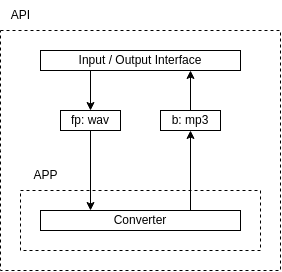
Before: _readme/Diagram-API.drawio.png, a diagram exported from draw.io (ames0k0/TP--Audio-File-Converter). Source tidied: cells renumbered, new cells last; positions are measured from the earlier drawing's top-left corner, leaving out a move shared by most shapes. Source of this version:
```xml
<mxGraphModel>
  <root>
    <mxCell id="0" />
    <mxCell id="1" parent="0" />
    <mxCell id="2" style="endArrow=none;dashed=1;html=1;rounded=0;" parent="1" edge="1">
      <mxGeometry relative="1" as="geometry">
        <mxPoint y="30" as="sourcePoint" />
        <mxPoint y="30" as="targetPoint" />
        <Array as="points">
          <mxPoint x="141" y="30" />
          <mxPoint x="280" y="30" />
          <mxPoint x="280" y="270" />
          <mxPoint y="270" />
          <mxPoint y="150" />
        </Array>
      </mxGeometry>
    </mxCell>
    <mxCell id="3" value="API" style="text;html=1;align=center;verticalAlign=middle;strokeColor=none;fillColor=none;" parent="1" vertex="1">
      <mxGeometry width="40" height="30" as="geometry" />
    </mxCell>
    <mxCell id="4" style="edgeStyle=orthogonalEdgeStyle;rounded=0;jettySize=auto;html=1;exitX=0.75;exitY=0;exitDx=0;exitDy=0;" parent="1" edge="1" source="5" target="7">
      <mxGeometry relative="1" as="geometry" />
    </mxCell>
    <mxCell id="5" value="Converter" style="whiteSpace=wrap;html=1;" parent="1" vertex="1">
      <mxGeometry x="40" y="210" width="200" height="20" as="geometry" />
    </mxCell>
    <mxCell id="6" style="edgeStyle=orthogonalEdgeStyle;rounded=0;jettySize=auto;html=1;entryX=0.75;entryY=1;entryDx=0;entryDy=0;" parent="1" edge="1" source="7" target="9">
      <mxGeometry relative="1" as="geometry" />
    </mxCell>
    <mxCell id="7" value="b: mp3" style="whiteSpace=wrap;html=1;" parent="1" vertex="1">
      <mxGeometry x="160" y="110" width="60" height="20" as="geometry" />
    </mxCell>
    <mxCell id="8" style="edgeStyle=orthogonalEdgeStyle;rounded=0;jettySize=auto;html=1;exitX=0.25;exitY=1;exitDx=0;exitDy=0;" parent="1" edge="1" source="9" target="11">
      <mxGeometry relative="1" as="geometry" />
    </mxCell>
    <mxCell id="9" value="Input / Output&amp;nbsp;&lt;span style=&quot;background-color: transparent; color: light-dark(rgb(0, 0, 0), rgb(255, 255, 255));&quot;&gt;Interface&lt;/span&gt;" style="whiteSpace=wrap;html=1;" parent="1" vertex="1">
      <mxGeometry x="40" y="50" width="200" height="20" as="geometry" />
    </mxCell>
    <mxCell id="10" style="edgeStyle=orthogonalEdgeStyle;rounded=0;jettySize=auto;html=1;entryX=0.25;entryY=0;entryDx=0;entryDy=0;" parent="1" edge="1" source="11" target="5">
      <mxGeometry relative="1" as="geometry" />
    </mxCell>
    <mxCell id="11" value="fp: wav" style="whiteSpace=wrap;html=1;" parent="1" vertex="1">
      <mxGeometry x="60" y="110" width="60" height="20" as="geometry" />
    </mxCell>
    <mxCell id="12" style="endArrow=none;dashed=1;html=1;rounded=0;" parent="1" edge="1">
      <mxGeometry relative="1" as="geometry">
        <mxPoint x="20" y="190" as="sourcePoint" />
        <mxPoint x="20" y="190" as="targetPoint" />
        <Array as="points">
          <mxPoint x="140" y="190" />
          <mxPoint x="260" y="190" />
          <mxPoint x="260" y="250" />
          <mxPoint x="20" y="250" />
        </Array>
      </mxGeometry>
    </mxCell>
    <mxCell id="13" value="APP" style="text;html=1;align=center;verticalAlign=middle;strokeColor=none;fillColor=none;" parent="1" vertex="1">
      <mxGeometry x="20" y="160" width="50" height="30" as="geometry" />
    </mxCell>
  </root>
</mxGraphModel>
```
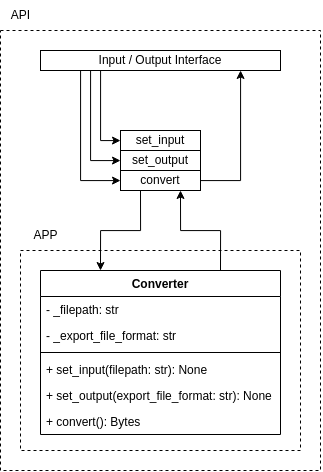
The same file after the commit.

Commit message:
api: Updated `Converter()`, `*.drawio.*`

Diff of the diagram source:
```diff
@@ -4,58 +4,100 @@
     <mxCell id="1" parent="0" />
     <mxCell id="2" style="endArrow=none;dashed=1;html=1;rounded=0;" parent="1" edge="1">
       <mxGeometry relative="1" as="geometry">
-        <mxPoint y="30" as="sourcePoint" />
-        <mxPoint y="30" as="targetPoint" />
+        <mxPoint x="-40" y="-90" as="sourcePoint" />
+        <mxPoint x="-40" y="-90" as="targetPoint" />
         <Array as="points">
-          <mxPoint x="141" y="30" />
-          <mxPoint x="280" y="30" />
-          <mxPoint x="280" y="270" />
-          <mxPoint y="270" />
-          <mxPoint y="150" />
+          <mxPoint x="280" y="-90" />
+          <mxPoint x="280" y="350" />
+          <mxPoint x="120" y="350" />
+          <mxPoint x="-40" y="350" />
         </Array>
       </mxGeometry>
     </mxCell>
     <mxCell id="3" value="API" style="text;html=1;align=center;verticalAlign=middle;strokeColor=none;fillColor=none;" parent="1" vertex="1">
-      <mxGeometry width="40" height="30" as="geometry" />
+      <mxGeometry x="-40" y="-120" width="40" height="30" as="geometry" />
     </mxCell>
-    <mxCell id="4" style="edgeStyle=orthogonalEdgeStyle;rounded=0;jettySize=auto;html=1;exitX=0.75;exitY=0;exitDx=0;exitDy=0;" parent="1" edge="1" source="5" target="7">
-      <mxGeometry relative="1" as="geometry" />
-    </mxCell>
-    <mxCell id="5" value="Converter" style="whiteSpace=wrap;html=1;" parent="1" vertex="1">
-      <mxGeometry x="40" y="210" width="200" height="20" as="geometry" />
-    </mxCell>
+    <mxCell id="14" style="edgeStyle=orthogonalEdgeStyle;rounded=0;jettySize=auto;html=1;exitX=0.25;exitY=1;exitDx=0;exitDy=0;entryX=0.25;entryY=0;entryDx=0;entryDy=0;" parent="1" edge="1" source="7" target="5">
+      <mxGeometry relative="1" as="geometry" />
+    </mxCell>
-    <mxCell id="6" style="edgeStyle=orthogonalEdgeStyle;rounded=0;jettySize=auto;html=1;entryX=0.75;entryY=1;entryDx=0;entryDy=0;" parent="1" edge="1" source="7" target="9">
-      <mxGeometry relative="1" as="geometry" />
+    <mxCell id="6" style="edgeStyle=orthogonalEdgeStyle;rounded=0;jettySize=auto;html=1;" parent="1" edge="1" source="7" target="9">
+      <mxGeometry relative="1" as="geometry">
+        <Array as="points">
+          <mxPoint x="200" y="60" />
+        </Array>
+      </mxGeometry>
     </mxCell>
-    <mxCell id="7" value="b: mp3" style="whiteSpace=wrap;html=1;" parent="1" vertex="1">
-      <mxGeometry x="160" y="110" width="60" height="20" as="geometry" />
+    <mxCell id="7" value="convert" style="whiteSpace=wrap;html=1;" parent="1" vertex="1">
+      <mxGeometry x="80" y="50" width="80" height="20" as="geometry" />
     </mxCell>
-    <mxCell id="8" style="edgeStyle=orthogonalEdgeStyle;rounded=0;jettySize=auto;html=1;exitX=0.25;exitY=1;exitDx=0;exitDy=0;" parent="1" edge="1" source="9" target="11">
-      <mxGeometry relative="1" as="geometry" />
+    <mxCell id="8" style="edgeStyle=orthogonalEdgeStyle;rounded=0;jettySize=auto;html=1;" parent="1" edge="1" source="9" target="11">
+      <mxGeometry relative="1" as="geometry">
+        <Array as="points">
+          <mxPoint x="60" y="20" />
+        </Array>
+      </mxGeometry>
     </mxCell>
+    <mxCell id="15" style="edgeStyle=orthogonalEdgeStyle;rounded=0;jettySize=auto;html=1;" parent="1" edge="1" source="9" target="23">
+      <mxGeometry relative="1" as="geometry">
+        <Array as="points">
+          <mxPoint x="50" y="40" />
+        </Array>
+      </mxGeometry>
+    </mxCell>
+    <mxCell id="16" style="edgeStyle=orthogonalEdgeStyle;rounded=0;jettySize=auto;html=1;" parent="1" edge="1" source="9" target="7">
+      <mxGeometry relative="1" as="geometry">
+        <Array as="points">
+          <mxPoint x="40" y="60" />
+        </Array>
+      </mxGeometry>
+    </mxCell>
     <mxCell id="9" value="Input / Output&amp;nbsp;&lt;span style=&quot;background-color: transparent; color: light-dark(rgb(0, 0, 0), rgb(255, 255, 255));&quot;&gt;Interface&lt;/span&gt;" style="whiteSpace=wrap;html=1;" parent="1" vertex="1">
-      <mxGeometry x="40" y="50" width="200" height="20" as="geometry" />
+      <mxGeometry y="-70" width="240" height="20" as="geometry" />
     </mxCell>
-    <mxCell id="10" style="edgeStyle=orthogonalEdgeStyle;rounded=0;jettySize=auto;html=1;entryX=0.25;entryY=0;entryDx=0;entryDy=0;" parent="1" edge="1" source="11" target="5">
-      <mxGeometry relative="1" as="geometry" />
-    </mxCell>
-    <mxCell id="11" value="fp: wav" style="whiteSpace=wrap;html=1;" parent="1" vertex="1">
-      <mxGeometry x="60" y="110" width="60" height="20" as="geometry" />
+    <mxCell id="11" value="set_input" style="whiteSpace=wrap;html=1;" parent="1" vertex="1">
+      <mxGeometry x="80" y="10" width="80" height="20" as="geometry" />
     </mxCell>
     <mxCell id="12" style="endArrow=none;dashed=1;html=1;rounded=0;" parent="1" edge="1">
       <mxGeometry relative="1" as="geometry">
-        <mxPoint x="20" y="190" as="sourcePoint" />
-        <mxPoint x="20" y="190" as="targetPoint" />
+        <mxPoint x="-20" y="130" as="sourcePoint" />
+        <mxPoint x="-20" y="130" as="targetPoint" />
         <Array as="points">
-          <mxPoint x="140" y="190" />
-          <mxPoint x="260" y="190" />
-          <mxPoint x="260" y="250" />
-          <mxPoint x="20" y="250" />
+          <mxPoint x="120" y="130" />
+          <mxPoint x="260" y="130" />
+          <mxPoint x="260" y="330" />
+          <mxPoint x="-20" y="330" />
         </Array>
       </mxGeometry>
     </mxCell>
     <mxCell id="13" value="APP" style="text;html=1;align=center;verticalAlign=middle;strokeColor=none;fillColor=none;" parent="1" vertex="1">
-      <mxGeometry x="20" y="160" width="50" height="30" as="geometry" />
+      <mxGeometry x="-20" y="100" width="50" height="30" as="geometry" />
     </mxCell>
+    <mxCell id="4" style="edgeStyle=orthogonalEdgeStyle;rounded=0;jettySize=auto;html=1;exitX=0.75;exitY=0;exitDx=0;exitDy=0;entryX=0.75;entryY=1;entryDx=0;entryDy=0;" parent="1" edge="1" source="5" target="7">
+      <mxGeometry relative="1" as="geometry" />
+    </mxCell>
+    <mxCell id="5" value="Converter" style="swimlane;fontStyle=1;align=center;verticalAlign=top;horizontal=1;startSize=26;whiteSpace=wrap;html=1;" parent="1" vertex="1">
+      <mxGeometry y="150" width="240" height="164" as="geometry" />
+    </mxCell>
+    <mxCell id="17" value="- _filepath: str" style="text;strokeColor=none;fillColor=none;align=left;verticalAlign=top;spacingLeft=4;spacingRight=4;overflow=hidden;whiteSpace=wrap;html=1;" parent="5" vertex="1">
+      <mxGeometry y="26" width="240" height="26" as="geometry" />
+    </mxCell>
+    <mxCell id="18" value="- _export_file_format: str" style="text;strokeColor=none;fillColor=none;align=left;verticalAlign=top;spacingLeft=4;spacingRight=4;overflow=hidden;whiteSpace=wrap;html=1;" parent="5" vertex="1">
+      <mxGeometry y="52" width="240" height="26" as="geometry" />
+    </mxCell>
+    <mxCell id="19" style="line;strokeWidth=1;fillColor=none;align=left;verticalAlign=middle;spacingTop=-1;spacingLeft=3;spacingRight=3;labelPosition=right;strokeColor=inherit;" parent="5" vertex="1">
+      <mxGeometry y="78" width="240" height="8" as="geometry" />
+    </mxCell>
+    <mxCell id="20" value="+ set_input(filepath: str): None" style="text;strokeColor=none;fillColor=none;align=left;verticalAlign=top;spacingLeft=4;spacingRight=4;overflow=hidden;whiteSpace=wrap;html=1;" parent="5" vertex="1">
+      <mxGeometry y="86" width="240" height="26" as="geometry" />
+    </mxCell>
+    <mxCell id="21" value="+ set_output(export_file_format: str): None" style="text;strokeColor=none;fillColor=none;align=left;verticalAlign=top;spacingLeft=4;spacingRight=4;overflow=hidden;whiteSpace=wrap;html=1;" parent="5" vertex="1">
+      <mxGeometry y="112" width="240" height="26" as="geometry" />
+    </mxCell>
+    <mxCell id="22" value="+ convert(): Bytes" style="text;strokeColor=none;fillColor=none;align=left;verticalAlign=top;spacingLeft=4;spacingRight=4;overflow=hidden;whiteSpace=wrap;html=1;" parent="5" vertex="1">
+      <mxGeometry y="138" width="240" height="26" as="geometry" />
+    </mxCell>
+    <mxCell id="23" value="set_output" style="whiteSpace=wrap;html=1;" parent="1" vertex="1">
+      <mxGeometry x="80" y="30" width="80" height="20" as="geometry" />
+    </mxCell>
   </root>
 </mxGraphModel>
```
